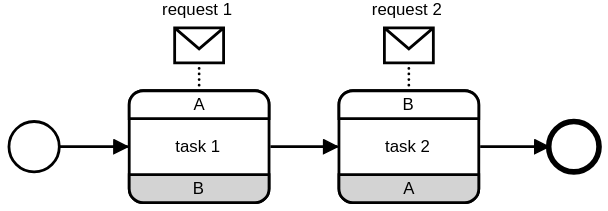
Earlier version of the BPMN export assets/sequence.svg (jan-ladleif/chor-playground). Its source is kept beside it as assets/sequence.bpmn. Ids are renumbered.
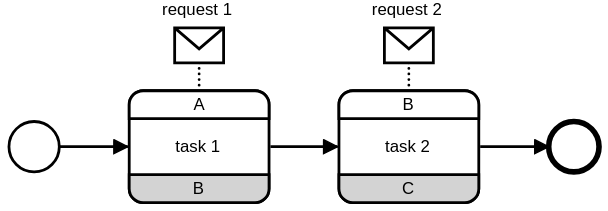
Above is the later version.

Commit message:
slightly more interesting sequence example

The edit, as a diff of the source:
```diff
@@ -4,7 +4,8 @@
   <bpmn2:choreography id="choreo">
     <bpmn2:participant id="participant_a" name="A" />
     <bpmn2:participant id="participant_b" name="B" />
-    <bpmn2:messageFlow id="message_flow_request_2" sourceRef="participant_b" targetRef="participant_a" messageRef="message_request_2" />
+    <bpmn2:participant id="participant_c" name="C" />
+    <bpmn2:messageFlow id="message_flow_request_2" sourceRef="participant_b" targetRef="participant_c" messageRef="message_request_2" />
     <bpmn2:messageFlow id="message_flow_request_1" sourceRef="participant_a" targetRef="participant_b" messageRef="message_request_1" />
     <bpmn2:startEvent id="start_event">
       <bpmn2:outgoing>SequenceFlow_n1</bpmn2:outgoing>
@@ -21,7 +22,7 @@
       <bpmn2:incoming>SequenceFlow_n2</bpmn2:incoming>
       <bpmn2:outgoing>SequenceFlow_n3</bpmn2:outgoing>
       <bpmn2:participantRef>participant_b</bpmn2:participantRef>
-      <bpmn2:participantRef>participant_a</bpmn2:participantRef>
+      <bpmn2:participantRef>participant_c</bpmn2:participantRef>
       <bpmn2:messageFlowRef>message_flow_request_2</bpmn2:messageFlowRef>
     </bpmn2:choreographyTask>
     <bpmn2:sequenceFlow id="SequenceFlow_n2" sourceRef="choreo_task_1" targetRef="choreo_task_2" />
@@ -51,7 +52,7 @@
       <bpmndi:BPMNShape id="choreo_task_2_di" bpmnElement="choreo_task_2">
         <dc:Bounds x="338" y="383" width="100" height="80" />
       </bpmndi:BPMNShape>
-      <bpmndi:BPMNShape id="BPMNShape_n7" bpmnElement="participant_a" isMessageVisible="true" participantBandKind="bottom_non_initiating" choreographyActivityShape="choreo_task_2_di">
+      <bpmndi:BPMNShape id="BPMNShape_n7" bpmnElement="participant_c" isMessageVisible="true" participantBandKind="bottom_non_initiating" choreographyActivityShape="choreo_task_2_di">
         <dc:Bounds x="338" y="443" width="100" height="20" />
       </bpmndi:BPMNShape>
       <bpmndi:BPMNShape id="BPMNShape_n8" bpmnElement="participant_b" isMessageVisible="true" participantBandKind="top_initiating" choreographyActivityShape="choreo_task_2_di">
```
